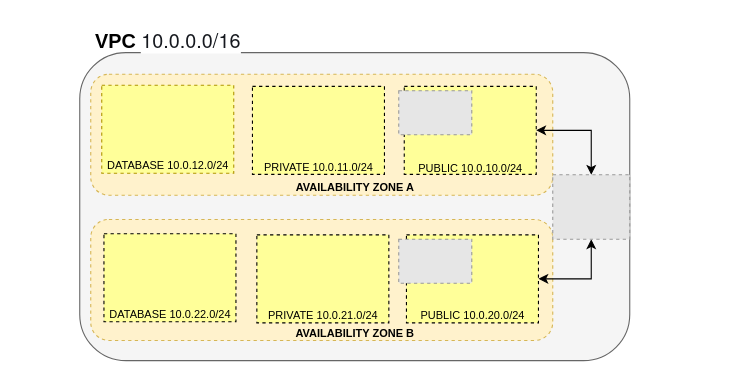
This is VPC.drawio from VAbramDevOps/Diagrams-AWS, a draw.io file, before an edit. Source tidied: cells renumbered, new cells numbered last; positions are measured from the earlier drawing's top-left corner, leaving out a move shared by most shapes. Both pictures are drawn from the tidied source at 110%, with x=0, y=0 at pixel (79, 19). Pictures stored in the file or linked from it are replaced by grey dashed boxes.
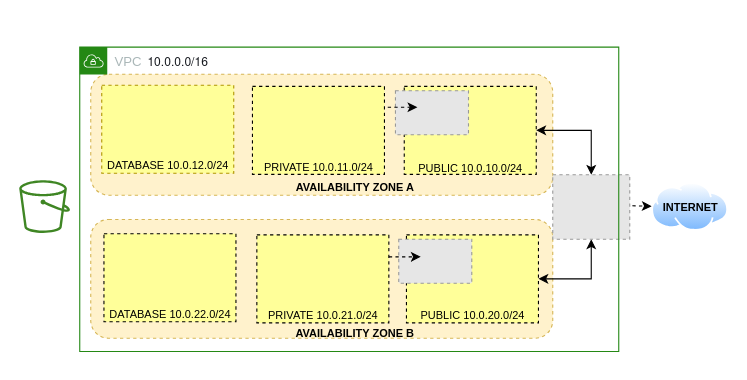
The same diagram, later.

Unchanged cells that the change refers to:
```xml
<mxCell id="12" style="rounded=0;whiteSpace=wrap;html=1;dashed=1;fontSize=10;fillColor=#FFFF99;" parent="1" vertex="1">
  <mxGeometry x="161" y="196" width="120" height="80" as="geometry" />
</mxCell>
<mxCell id="21" style="fillColor=#E6E6E6;strokeColor=#999999;dashed=1;verticalLabelPosition=bottom;verticalAlign=top;fontSize=10;" parent="1" vertex="1">
  <mxGeometry x="290" y="200" width="66.4" height="40" as="geometry" />
</mxCell>
```

The edit, as a diff of the source:
```diff
@@
-    <mxCell id="2" style="rounded=1;whiteSpace=wrap;html=1;fillColor=#f5f5f5;strokeColor=#666666;fontColor=#333333;" parent="1" vertex="1">
-      <mxGeometry y="30.3" width="500" height="280" as="geometry" />
-    </mxCell>
-    <mxCell id="3" value="&lt;font style=&quot;font-size: 18px;&quot;&gt;&lt;font style=&quot;font-size: 18px;&quot;&gt;&lt;b&gt;VPC&amp;nbsp;&lt;/b&gt;&lt;/font&gt;&lt;span style=&quot;color: rgb(22, 25, 31); font-family: &amp;quot;Amazon Ember&amp;quot;, &amp;quot;Helvetica Neue&amp;quot;, Roboto, Arial, sans-serif; text-align: start; background-color: rgb(255, 255, 255);&quot;&gt;10.0.0.0/16&lt;/span&gt;&lt;/font&gt;" style="text;html=1;align=center;verticalAlign=middle;strokeColor=none;fillColor=none;" parent="1" vertex="1">
-      <mxGeometry width="160" height="40" as="geometry" />
-    </mxCell>
@@
     <mxCell id="5" style="rounded=1;whiteSpace=wrap;html=1;dashed=1;fontSize=18;fillColor=#fff2cc;strokeColor=#d6b656;" parent="1" vertex="1">
-      <mxGeometry x="10" y="182" width="420" height="110" as="geometry" />
+      <mxGeometry x="10" y="182" width="420" height="108" as="geometry" />
     </mxCell>
@@
     <mxCell id="20" style="fillColor=#E6E6E6;strokeColor=#999999;dashed=1;verticalLabelPosition=bottom;verticalAlign=top;fontSize=10;" parent="1" vertex="1">
-      <mxGeometry x="290" y="65" width="66.4" height="40" as="geometry" />
+      <mxGeometry x="287" y="65" width="66.4" height="40" as="geometry" />
     </mxCell>
@@
+    <mxCell id="25" style="rounded=0;jettySize=auto;html=1;dashed=1;fontSize=11;startArrow=classic;startFill=1;" parent="1" edge="1" source="29">
+      <mxGeometry relative="1" as="geometry">
+        <mxPoint x="520" y="170" as="targetPoint" />
+      </mxGeometry>
+    </mxCell>
@@
+    <mxCell id="26" style="endArrow=classic;html=1;rounded=0;fontSize=10;entryX=0.301;entryY=0.375;entryDx=0;entryDy=0;entryPerimeter=0;dashed=1;" parent="1" edge="1" target="20">
+      <mxGeometry relative="1" as="geometry">
+        <mxPoint x="280" y="80" as="sourcePoint" />
+      </mxGeometry>
+    </mxCell>
+    <mxCell id="27" style="endArrow=classic;html=1;rounded=0;dashed=1;fontSize=10;exitX=1;exitY=0.25;exitDx=0;exitDy=0;entryX=0.301;entryY=0.4;entryDx=0;entryDy=0;entryPerimeter=0;" parent="1" edge="1" source="12" target="21">
+      <mxGeometry relative="1" as="geometry" />
+    </mxCell>
+    <mxCell id="28" style="sketch=0;fontColor=#232F3E;gradientColor=none;fillColor=#3F8624;strokeColor=none;dashed=0;verticalLabelPosition=bottom;verticalAlign=top;align=center;html=1;fontSize=12;fontStyle=0;shape=mxgraph.aws4.bucket;" parent="1" vertex="1">
+      <mxGeometry x="-55" y="146.3" width="46.1" height="48" as="geometry" />
+    </mxCell>
+    <mxCell id="29" value="VPC" style="points=[[0,0],[0.25,0],[0.5,0],[0.75,0],[1,0],[1,0.25],[1,0.5],[1,0.75],[1,1],[0.75,1],[0.5,1],[0.25,1],[0,1],[0,0.75],[0,0.5],[0,0.25]];outlineConnect=0;gradientColor=none;html=1;whiteSpace=wrap;fontSize=12;fontStyle=0;shape=mxgraph.aws4.group;grIcon=mxgraph.aws4.group_vpc;strokeColor=#248814;fillColor=none;verticalAlign=top;align=left;spacingLeft=30;fontColor=#AAB7B8;dashed=0;" parent="1" vertex="1">
+      <mxGeometry y="25.3" width="490" height="276.7" as="geometry" />
+    </mxCell>
+    <mxCell id="3" value="&lt;font style=&quot;font-size: 11px;&quot;&gt;&lt;span style=&quot;color: rgb(22, 25, 31); font-family: &amp;quot;Amazon Ember&amp;quot;, &amp;quot;Helvetica Neue&amp;quot;, Roboto, Arial, sans-serif; text-align: start; background-color: rgb(255, 255, 255); font-size: 11px;&quot;&gt;10.0.0.0/16&lt;/span&gt;&lt;/font&gt;" style="text;html=1;align=center;verticalAlign=middle;strokeColor=none;fillColor=none;fontStyle=0;fontSize=11;" parent="29" vertex="1">
+      <mxGeometry x="49" y="-1.3" width="80" height="30" as="geometry" />
+    </mxCell>
+    <mxCell id="30" style="perimeter=ellipsePerimeter;html=1;align=center;shadow=0;dashed=0;spacingTop=3;image;image=img/lib/active_directory/internet_cloud.svg;fontSize=11;fillColor=#FFFF99;" parent="1" vertex="1">
+      <mxGeometry x="520" y="148.7" width="69.9" height="44" as="geometry" />
+    </mxCell>
+    <mxCell id="31" value="&lt;b&gt;INTERNET&lt;/b&gt;" style="text;html=1;align=center;verticalAlign=middle;strokeColor=none;fillColor=none;fontSize=10;" parent="1" vertex="1">
+      <mxGeometry x="519.9" y="155.7" width="70" height="30" as="geometry" />
+    </mxCell>
```
